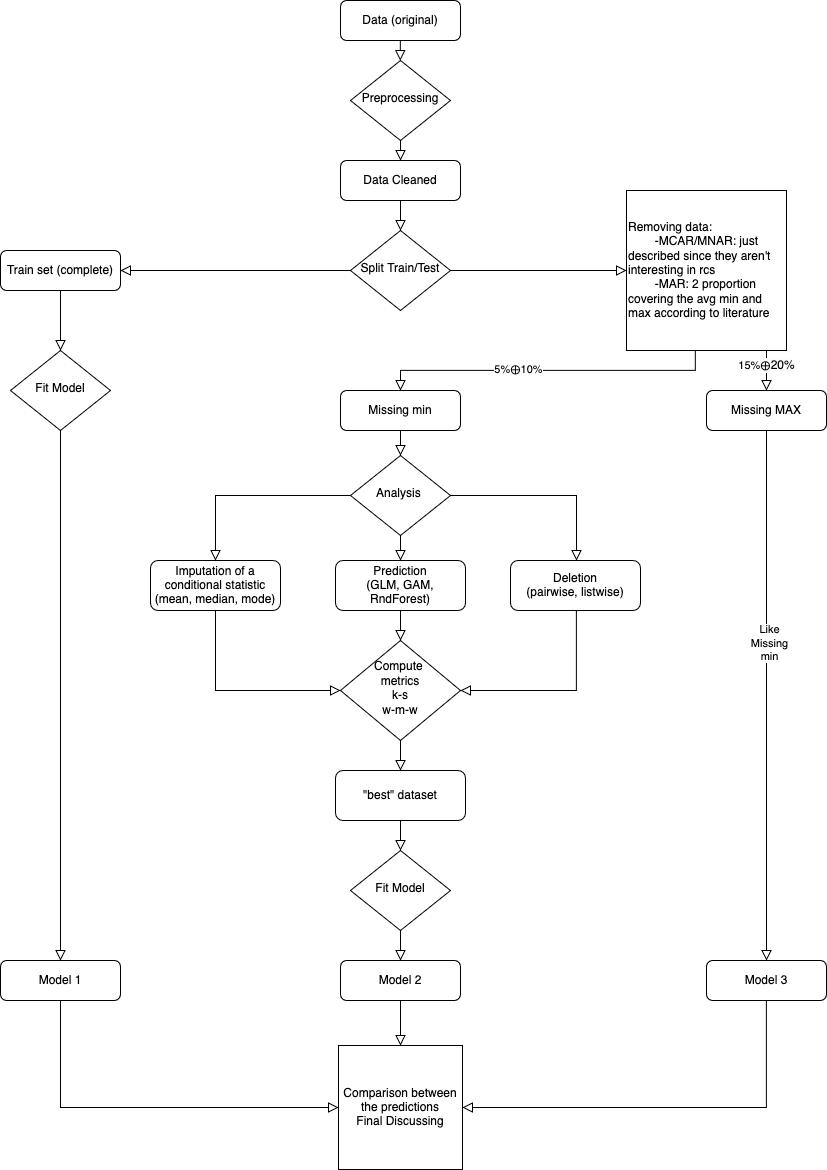
This is .assets/diagram.png from Jac-Zac/Stat_Missing_Data_Project, a draw.io export, as it was before one commit. Source tidied: cells renumbered, new cells last; positions are measured from the earlier drawing's top-left corner, leaving out a move shared by most shapes. Source of this version:
```xml
<mxGraphModel>
  <root>
    <mxCell id="0" />
    <mxCell id="1" parent="0" />
    <mxCell id="2" style="rounded=0;html=1;jettySize=auto;orthogonalLoop=1;fontSize=11;endArrow=block;endFill=0;endSize=8;strokeWidth=1;shadow=0;labelBackgroundColor=none;edgeStyle=orthogonalEdgeStyle;" parent="1" edge="1">
      <mxGeometry relative="1" as="geometry">
        <mxPoint x="399.8" y="40" as="sourcePoint" />
        <mxPoint x="399.8" y="60" as="targetPoint" />
      </mxGeometry>
    </mxCell>
    <mxCell id="3" value="Data (original)" style="rounded=1;whiteSpace=wrap;html=1;fontSize=12;glass=0;strokeWidth=1;shadow=0;" parent="1" vertex="1">
      <mxGeometry x="340" width="120" height="40" as="geometry" />
    </mxCell>
    <mxCell id="4" style="rounded=0;html=1;jettySize=auto;fontSize=11;endArrow=block;endFill=0;endSize=8;strokeWidth=1;shadow=0;labelBackgroundColor=none;edgeStyle=orthogonalEdgeStyle;entryX=0.5;entryY=0;entryDx=0;entryDy=0;" parent="1" edge="1" source="5" target="6">
      <mxGeometry y="20" relative="1" as="geometry">
        <Array as="points">
          <mxPoint x="400" y="160" />
        </Array>
      </mxGeometry>
    </mxCell>
    <mxCell id="5" value="Preprocessing" style="rhombus;whiteSpace=wrap;html=1;shadow=0;fontFamily=Helvetica;fontSize=12;align=center;strokeWidth=1;spacing=6;spacingTop=-4;" parent="1" vertex="1">
      <mxGeometry x="350" y="60" width="100" height="80" as="geometry" />
    </mxCell>
    <mxCell id="6" value="Data Cleaned" style="rounded=1;whiteSpace=wrap;html=1;fontSize=12;glass=0;strokeWidth=1;shadow=0;" parent="1" vertex="1">
      <mxGeometry x="340" y="160" width="120" height="40" as="geometry" />
    </mxCell>
    <mxCell id="7" style="rounded=0;html=1;jettySize=auto;fontSize=11;endArrow=block;endFill=0;endSize=8;strokeWidth=1;shadow=0;labelBackgroundColor=none;edgeStyle=orthogonalEdgeStyle;exitX=0.5;exitY=1;exitDx=0;exitDy=0;" parent="1" edge="1" source="6" target="9">
      <mxGeometry relative="1" as="geometry" />
    </mxCell>
    <mxCell id="8" style="rounded=0;html=1;jettySize=auto;fontSize=11;endArrow=block;endFill=0;endSize=8;strokeWidth=1;shadow=0;labelBackgroundColor=none;edgeStyle=orthogonalEdgeStyle;exitX=0;exitY=0.5;exitDx=0;exitDy=0;entryX=1;entryY=0.5;entryDx=0;entryDy=0;" parent="1" edge="1" source="9" target="11">
      <mxGeometry y="20" relative="1" as="geometry" />
    </mxCell>
    <mxCell id="9" value="Split Train/Test" style="rhombus;whiteSpace=wrap;html=1;shadow=0;fontFamily=Helvetica;fontSize=12;align=center;strokeWidth=1;spacing=6;spacingTop=-4;" parent="1" vertex="1">
      <mxGeometry x="350" y="230" width="100" height="80" as="geometry" />
    </mxCell>
    <mxCell id="10" style="rounded=0;html=1;jettySize=auto;fontSize=11;endArrow=block;endFill=0;endSize=8;strokeWidth=1;shadow=0;labelBackgroundColor=none;edgeStyle=orthogonalEdgeStyle;exitX=1;exitY=0.5;exitDx=0;exitDy=0;entryX=0;entryY=0.5;entryDx=0;entryDy=0;" parent="1" edge="1" source="9" target="16">
      <mxGeometry y="20" relative="1" as="geometry" />
    </mxCell>
    <mxCell id="11" value="Train set (complete)" style="rounded=1;whiteSpace=wrap;html=1;fontSize=12;glass=0;strokeWidth=1;shadow=0;" parent="1" vertex="1">
      <mxGeometry y="250" width="120" height="40" as="geometry" />
    </mxCell>
    <mxCell id="12" style="rounded=0;html=1;jettySize=auto;fontSize=11;endArrow=block;endFill=0;endSize=8;strokeWidth=1;shadow=0;labelBackgroundColor=none;edgeStyle=orthogonalEdgeStyle;exitX=0.5;exitY=1;exitDx=0;exitDy=0;entryX=0.5;entryY=0;entryDx=0;entryDy=0;" parent="1" edge="1" source="13" target="14">
      <mxGeometry y="20" relative="1" as="geometry" />
    </mxCell>
    <mxCell id="13" value="Fit Model" style="rhombus;whiteSpace=wrap;html=1;shadow=0;fontFamily=Helvetica;fontSize=12;align=center;strokeWidth=1;spacing=6;spacingTop=-4;" parent="1" vertex="1">
      <mxGeometry x="10" y="350" width="100" height="80" as="geometry" />
    </mxCell>
    <mxCell id="14" value="Model 1" style="rounded=1;whiteSpace=wrap;html=1;fontSize=12;glass=0;strokeWidth=1;shadow=0;" parent="1" vertex="1">
      <mxGeometry y="960" width="120" height="40" as="geometry" />
    </mxCell>
    <mxCell id="15" style="rounded=0;html=1;jettySize=auto;fontSize=11;endArrow=block;endFill=0;endSize=8;strokeWidth=1;shadow=0;labelBackgroundColor=none;edgeStyle=orthogonalEdgeStyle;exitX=0.5;exitY=1;exitDx=0;exitDy=0;entryX=0.5;entryY=0;entryDx=0;entryDy=0;" parent="1" edge="1" source="11" target="13">
      <mxGeometry y="20" relative="1" as="geometry">
        <Array as="points">
          <mxPoint x="60" y="320" />
          <mxPoint x="60" y="320" />
        </Array>
      </mxGeometry>
    </mxCell>
    <mxCell id="16" value="Removing data:&lt;div&gt;&lt;span style=&quot;white-space: pre;&quot;&gt;&#9;&lt;/span&gt;-MCAR/MNAR: just described since they aren't interesting in rcs&lt;/div&gt;&lt;div&gt;&lt;span style=&quot;white-space: pre;&quot;&gt;&#9;&lt;/span&gt;-MAR: 2 proportion covering the avg min and max according to literature&lt;/div&gt;" style="whiteSpace=wrap;html=1;align=left;labelPosition=center;verticalLabelPosition=middle;verticalAlign=middle;" parent="1" vertex="1">
      <mxGeometry x="626" y="190" width="160" height="160" as="geometry" />
    </mxCell>
    <mxCell id="17" style="rounded=0;html=1;jettySize=auto;fontSize=11;endArrow=block;endFill=0;endSize=8;strokeWidth=1;shadow=0;labelBackgroundColor=none;edgeStyle=orthogonalEdgeStyle;exitX=0.43;exitY=0.996;exitDx=0;exitDy=0;exitPerimeter=0;entryX=0.5;entryY=0;entryDx=0;entryDy=0;" parent="1" edge="1" source="16" target="21">
      <mxGeometry relative="1" as="geometry" />
    </mxCell>
    <mxCell id="18" value="5%&lt;span style=&quot;font-size: 12px; text-align: left; text-wrap-mode: wrap; background-color: rgb(251, 251, 251);&quot;&gt;⊕&lt;/span&gt;10%" style="edgeLabel;html=1;align=center;verticalAlign=middle;" parent="17" vertex="1">
      <mxGeometry x="0.18" y="-2" relative="1" as="geometry" />
    </mxCell>
    <mxCell id="19" style="rounded=0;html=1;jettySize=auto;fontSize=11;endArrow=block;endFill=0;endSize=8;strokeWidth=1;shadow=0;labelBackgroundColor=none;edgeStyle=orthogonalEdgeStyle;entryX=0.5;entryY=0;entryDx=0;entryDy=0;" parent="1" edge="1" target="22">
      <mxGeometry relative="1" as="geometry">
        <mxPoint x="780" y="350" as="sourcePoint" />
        <Array as="points">
          <mxPoint x="766" y="350" />
        </Array>
      </mxGeometry>
    </mxCell>
    <mxCell id="20" value="15%&lt;span style=&quot;font-size: 12px; text-align: left; text-wrap-mode: wrap; background-color: rgb(251, 251, 251);&quot;&gt;⊕20%&lt;/span&gt;" style="edgeLabel;html=1;align=center;verticalAlign=middle;" parent="19" vertex="1">
      <mxGeometry x="0.04" y="-1" relative="1" as="geometry" />
    </mxCell>
    <mxCell id="21" value="Missing min" style="rounded=1;whiteSpace=wrap;html=1;fontSize=12;glass=0;strokeWidth=1;shadow=0;" parent="1" vertex="1">
      <mxGeometry x="340" y="390" width="120" height="40" as="geometry" />
    </mxCell>
    <mxCell id="22" value="Missing MAX" style="rounded=1;whiteSpace=wrap;html=1;fontSize=12;glass=0;strokeWidth=1;shadow=0;" parent="1" vertex="1">
      <mxGeometry x="706" y="390" width="120" height="40" as="geometry" />
    </mxCell>
    <mxCell id="23" value="Analysis&amp;nbsp;" style="rhombus;whiteSpace=wrap;html=1;shadow=0;fontFamily=Helvetica;fontSize=12;align=center;strokeWidth=1;spacing=6;spacingTop=-4;" parent="1" vertex="1">
      <mxGeometry x="350" y="455" width="100" height="80" as="geometry" />
    </mxCell>
    <mxCell id="24" style="rounded=0;html=1;jettySize=auto;fontSize=11;endArrow=block;endFill=0;endSize=8;strokeWidth=1;shadow=0;labelBackgroundColor=none;edgeStyle=orthogonalEdgeStyle;exitX=0.5;exitY=1;exitDx=0;exitDy=0;entryX=0.5;entryY=0;entryDx=0;entryDy=0;" parent="1" edge="1" source="21" target="23">
      <mxGeometry y="20" relative="1" as="geometry" />
    </mxCell>
    <mxCell id="25" style="rounded=0;html=1;jettySize=auto;fontSize=11;endArrow=block;endFill=0;endSize=8;strokeWidth=1;shadow=0;labelBackgroundColor=none;edgeStyle=orthogonalEdgeStyle;exitX=0;exitY=0.5;exitDx=0;exitDy=0;entryX=0.5;entryY=0;entryDx=0;entryDy=0;" parent="1" edge="1" source="23" target="26">
      <mxGeometry y="20" relative="1" as="geometry" />
    </mxCell>
    <mxCell id="26" value="Imputation of a conditional statistic&lt;br&gt;(mean, median, mode)" style="rounded=1;whiteSpace=wrap;html=1;fontSize=12;glass=0;strokeWidth=1;shadow=0;" parent="1" vertex="1">
      <mxGeometry x="150" y="560" width="130" height="50" as="geometry" />
    </mxCell>
    <mxCell id="27" style="rounded=0;html=1;jettySize=auto;fontSize=11;endArrow=block;endFill=0;endSize=8;strokeWidth=1;shadow=0;labelBackgroundColor=none;edgeStyle=orthogonalEdgeStyle;exitX=0.5;exitY=1;exitDx=0;exitDy=0;entryX=0.5;entryY=0;entryDx=0;entryDy=0;" parent="1" edge="1" source="23" target="28">
      <mxGeometry y="20" relative="1" as="geometry" />
    </mxCell>
    <mxCell id="28" value="Prediction&lt;div&gt;(GLM, GAM, RndForest)&lt;/div&gt;" style="rounded=1;whiteSpace=wrap;html=1;fontSize=12;glass=0;strokeWidth=1;shadow=0;" parent="1" vertex="1">
      <mxGeometry x="335" y="560" width="130" height="50" as="geometry" />
    </mxCell>
    <mxCell id="29" style="rounded=0;html=1;jettySize=auto;fontSize=11;endArrow=block;endFill=0;endSize=8;strokeWidth=1;shadow=0;labelBackgroundColor=none;edgeStyle=orthogonalEdgeStyle;exitX=1;exitY=0.5;exitDx=0;exitDy=0;" parent="1" edge="1" source="23" target="30">
      <mxGeometry y="20" relative="1" as="geometry">
        <Array as="points">
          <mxPoint x="576" y="495" />
        </Array>
      </mxGeometry>
    </mxCell>
    <mxCell id="30" value="Deletion&lt;br&gt;(pairwise, listwise)" style="rounded=1;whiteSpace=wrap;html=1;fontSize=12;glass=0;strokeWidth=1;shadow=0;" parent="1" vertex="1">
      <mxGeometry x="510" y="560" width="130" height="50" as="geometry" />
    </mxCell>
    <mxCell id="31" style="rounded=0;html=1;jettySize=auto;fontSize=11;endArrow=block;endFill=0;endSize=8;strokeWidth=1;shadow=0;labelBackgroundColor=none;edgeStyle=orthogonalEdgeStyle;exitX=0.5;exitY=1;exitDx=0;exitDy=0;entryX=1;entryY=0.5;entryDx=0;entryDy=0;" parent="1" edge="1" target="34">
      <mxGeometry y="20" relative="1" as="geometry">
        <mxPoint x="585" y="610" as="sourcePoint" />
        <Array as="points">
          <mxPoint x="576" y="610" />
          <mxPoint x="576" y="690" />
        </Array>
      </mxGeometry>
    </mxCell>
    <mxCell id="32" style="rounded=0;html=1;jettySize=auto;fontSize=11;endArrow=block;endFill=0;endSize=8;strokeWidth=1;shadow=0;labelBackgroundColor=none;edgeStyle=orthogonalEdgeStyle;exitX=0.5;exitY=1;exitDx=0;exitDy=0;entryX=0.5;entryY=0;entryDx=0;entryDy=0;" parent="1" edge="1" source="28" target="34">
      <mxGeometry y="20" relative="1" as="geometry" />
    </mxCell>
    <mxCell id="33" style="rounded=0;html=1;jettySize=auto;fontSize=11;endArrow=block;endFill=0;endSize=8;strokeWidth=1;shadow=0;labelBackgroundColor=none;edgeStyle=orthogonalEdgeStyle;exitX=0.5;exitY=1;exitDx=0;exitDy=0;entryX=0;entryY=0.5;entryDx=0;entryDy=0;" parent="1" edge="1" source="26" target="34">
      <mxGeometry y="20" relative="1" as="geometry" />
    </mxCell>
    <mxCell id="34" value="Compute&amp;nbsp;&lt;div&gt;metrics&lt;div&gt;k-s&lt;br&gt;w-m-w&lt;/div&gt;&lt;/div&gt;" style="rhombus;whiteSpace=wrap;html=1;shadow=0;fontFamily=Helvetica;fontSize=12;align=center;strokeWidth=1;spacing=6;spacingTop=-4;" parent="1" vertex="1">
      <mxGeometry x="340" y="640" width="120" height="100" as="geometry" />
    </mxCell>
    <mxCell id="35" style="rounded=0;html=1;jettySize=auto;fontSize=11;endArrow=block;endFill=0;endSize=8;strokeWidth=1;shadow=0;labelBackgroundColor=none;edgeStyle=orthogonalEdgeStyle;exitX=0.5;exitY=1;exitDx=0;exitDy=0;entryX=0.5;entryY=0;entryDx=0;entryDy=0;" parent="1" edge="1" source="34" target="36">
      <mxGeometry y="20" relative="1" as="geometry" />
    </mxCell>
    <mxCell id="36" value="&quot;best&quot; dataset" style="rounded=1;whiteSpace=wrap;html=1;fontSize=12;glass=0;strokeWidth=1;shadow=0;" parent="1" vertex="1">
      <mxGeometry x="335" y="770" width="130" height="50" as="geometry" />
    </mxCell>
    <mxCell id="37" style="rounded=0;html=1;jettySize=auto;fontSize=11;endArrow=block;endFill=0;endSize=8;strokeWidth=1;shadow=0;labelBackgroundColor=none;edgeStyle=orthogonalEdgeStyle;exitX=0.5;exitY=1;exitDx=0;exitDy=0;entryX=0.5;entryY=0;entryDx=0;entryDy=0;" parent="1" edge="1" source="38" target="39">
      <mxGeometry y="20" relative="1" as="geometry" />
    </mxCell>
    <mxCell id="38" value="Fit Model" style="rhombus;whiteSpace=wrap;html=1;shadow=0;fontFamily=Helvetica;fontSize=12;align=center;strokeWidth=1;spacing=6;spacingTop=-4;" parent="1" vertex="1">
      <mxGeometry x="350" y="850" width="100" height="80" as="geometry" />
    </mxCell>
    <mxCell id="39" value="Model 2" style="rounded=1;whiteSpace=wrap;html=1;fontSize=12;glass=0;strokeWidth=1;shadow=0;" parent="1" vertex="1">
      <mxGeometry x="340" y="960" width="120" height="40" as="geometry" />
    </mxCell>
    <mxCell id="40" style="rounded=0;html=1;jettySize=auto;fontSize=11;endArrow=block;endFill=0;endSize=8;strokeWidth=1;shadow=0;labelBackgroundColor=none;edgeStyle=orthogonalEdgeStyle;exitX=0.5;exitY=1;exitDx=0;exitDy=0;entryX=0.5;entryY=0;entryDx=0;entryDy=0;" parent="1" edge="1" source="36" target="38">
      <mxGeometry y="20" relative="1" as="geometry" />
    </mxCell>
    <mxCell id="41" style="rounded=0;html=1;jettySize=auto;fontSize=11;endArrow=block;endFill=0;endSize=8;strokeWidth=1;shadow=0;labelBackgroundColor=none;edgeStyle=orthogonalEdgeStyle;entryX=0.5;entryY=0;entryDx=0;entryDy=0;exitX=0.5;exitY=1;exitDx=0;exitDy=0;" parent="1" edge="1" source="22" target="43">
      <mxGeometry y="20" relative="1" as="geometry">
        <Array as="points">
          <mxPoint x="766" y="960" />
        </Array>
      </mxGeometry>
    </mxCell>
    <mxCell id="42" value="Like&lt;div&gt;Missing&lt;/div&gt;&lt;div&gt;min&lt;/div&gt;" style="edgeLabel;html=1;align=center;verticalAlign=middle;" parent="41" vertex="1">
      <mxGeometry x="-0.2" y="2" relative="1" as="geometry" />
    </mxCell>
    <mxCell id="43" value="Model 3" style="rounded=1;whiteSpace=wrap;html=1;fontSize=12;glass=0;strokeWidth=1;shadow=0;" parent="1" vertex="1">
      <mxGeometry x="706" y="960" width="120" height="40" as="geometry" />
    </mxCell>
    <mxCell id="44" value="Comparison between the predictions&lt;div&gt;Final Discussing&lt;/div&gt;" style="whiteSpace=wrap;html=1;" parent="1" vertex="1">
      <mxGeometry x="338" y="1045" width="124" height="124" as="geometry" />
    </mxCell>
    <mxCell id="45" style="rounded=0;html=1;jettySize=auto;fontSize=11;endArrow=block;endFill=0;endSize=8;strokeWidth=1;shadow=0;labelBackgroundColor=none;edgeStyle=orthogonalEdgeStyle;exitX=0.5;exitY=1;exitDx=0;exitDy=0;entryX=0.5;entryY=0;entryDx=0;entryDy=0;" parent="1" edge="1" source="39" target="44">
      <mxGeometry y="20" relative="1" as="geometry" />
    </mxCell>
    <mxCell id="46" style="rounded=0;html=1;jettySize=auto;fontSize=11;endArrow=block;endFill=0;endSize=8;strokeWidth=1;shadow=0;labelBackgroundColor=none;edgeStyle=orthogonalEdgeStyle;exitX=0.5;exitY=1;exitDx=0;exitDy=0;entryX=0;entryY=0.5;entryDx=0;entryDy=0;" parent="1" edge="1" source="14" target="44">
      <mxGeometry y="20" relative="1" as="geometry" />
    </mxCell>
    <mxCell id="47" style="rounded=0;html=1;jettySize=auto;fontSize=11;endArrow=block;endFill=0;endSize=8;strokeWidth=1;shadow=0;labelBackgroundColor=none;edgeStyle=orthogonalEdgeStyle;exitX=0.5;exitY=1;exitDx=0;exitDy=0;entryX=1;entryY=0.5;entryDx=0;entryDy=0;" parent="1" edge="1" source="43" target="44">
      <mxGeometry y="20" relative="1" as="geometry" />
    </mxCell>
  </root>
</mxGraphModel>
```
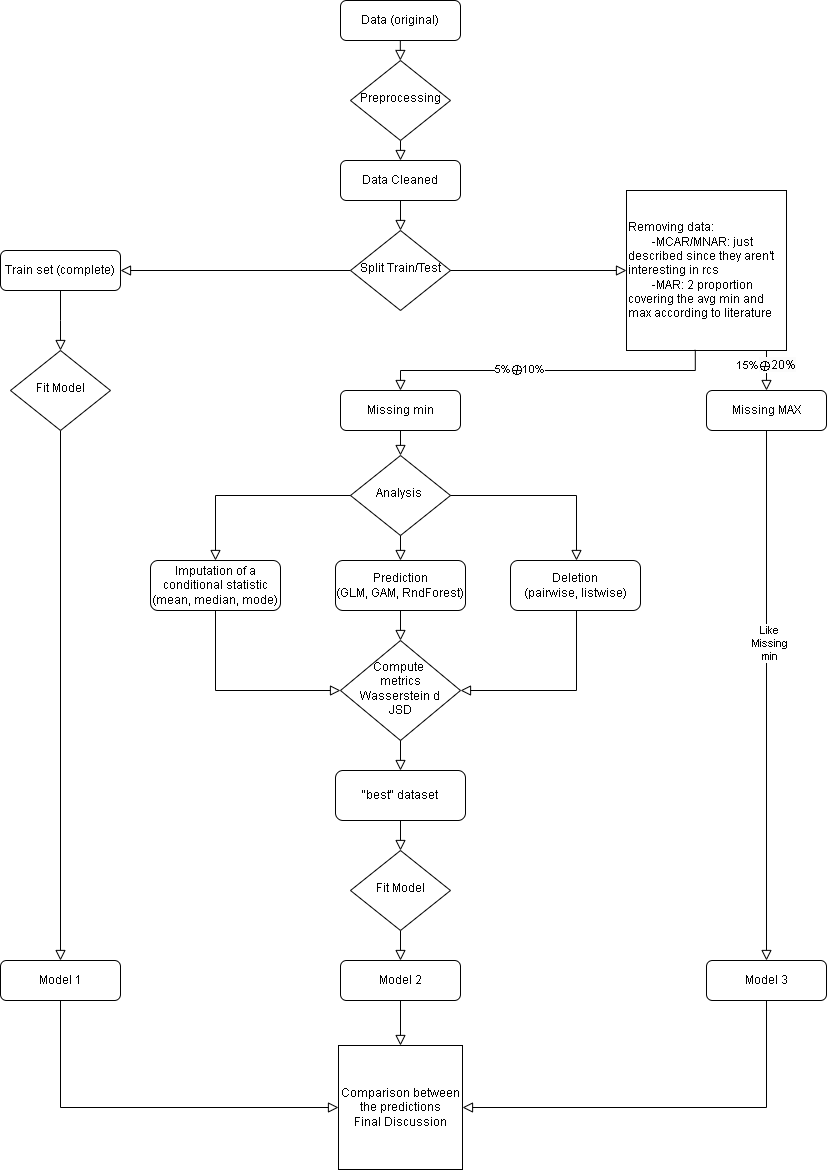
Later version of the same file.

Change to the diagram source:
```diff
@@ -125,7 +125,7 @@
     <mxCell id="33" style="rounded=0;html=1;jettySize=auto;fontSize=11;endArrow=block;endFill=0;endSize=8;strokeWidth=1;shadow=0;labelBackgroundColor=none;edgeStyle=orthogonalEdgeStyle;exitX=0.5;exitY=1;exitDx=0;exitDy=0;entryX=0;entryY=0.5;entryDx=0;entryDy=0;" parent="1" edge="1" source="26" target="34">
       <mxGeometry y="20" relative="1" as="geometry" />
     </mxCell>
-    <mxCell id="34" value="Compute&amp;nbsp;&lt;div&gt;metrics&lt;div&gt;k-s&lt;br&gt;w-m-w&lt;/div&gt;&lt;/div&gt;" style="rhombus;whiteSpace=wrap;html=1;shadow=0;fontFamily=Helvetica;fontSize=12;align=center;strokeWidth=1;spacing=6;spacingTop=-4;" parent="1" vertex="1">
+    <mxCell id="34" value="Compute&amp;nbsp;&lt;div&gt;metrics&lt;div&gt;Wasserstein d&lt;/div&gt;&lt;/div&gt;&lt;div&gt;JSD&lt;/div&gt;" style="rhombus;whiteSpace=wrap;html=1;shadow=0;fontFamily=Helvetica;fontSize=12;align=center;strokeWidth=1;spacing=6;spacingTop=-4;" parent="1" vertex="1">
       <mxGeometry x="340" y="640" width="120" height="100" as="geometry" />
     </mxCell>
     <mxCell id="35" style="rounded=0;html=1;jettySize=auto;fontSize=11;endArrow=block;endFill=0;endSize=8;strokeWidth=1;shadow=0;labelBackgroundColor=none;edgeStyle=orthogonalEdgeStyle;exitX=0.5;exitY=1;exitDx=0;exitDy=0;entryX=0.5;entryY=0;entryDx=0;entryDy=0;" parent="1" edge="1" source="34" target="36">
@@ -159,7 +159,7 @@
     <mxCell id="43" value="Model 3" style="rounded=1;whiteSpace=wrap;html=1;fontSize=12;glass=0;strokeWidth=1;shadow=0;" parent="1" vertex="1">
       <mxGeometry x="706" y="960" width="120" height="40" as="geometry" />
     </mxCell>
-    <mxCell id="44" value="Comparison between the predictions&lt;div&gt;Final Discussing&lt;/div&gt;" style="whiteSpace=wrap;html=1;" parent="1" vertex="1">
+    <mxCell id="44" value="Comparison between the predictions&lt;div&gt;Final Discussion&lt;/div&gt;" style="whiteSpace=wrap;html=1;" parent="1" vertex="1">
       <mxGeometry x="338" y="1045" width="124" height="124" as="geometry" />
     </mxCell>
     <mxCell id="45" style="rounded=0;html=1;jettySize=auto;fontSize=11;endArrow=block;endFill=0;endSize=8;strokeWidth=1;shadow=0;labelBackgroundColor=none;edgeStyle=orthogonalEdgeStyle;exitX=0.5;exitY=1;exitDx=0;exitDy=0;entryX=0.5;entryY=0;entryDx=0;entryDy=0;" parent="1" edge="1" source="39" target="44">
```
